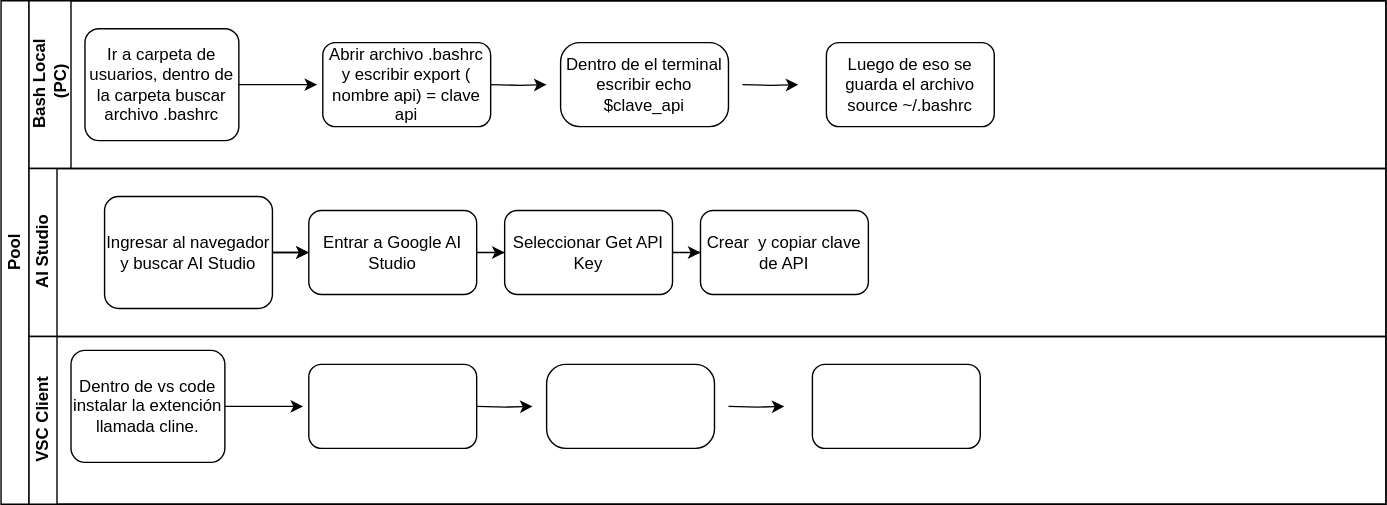
Earlier version of the draw.io export systems_analysis/eva2/crear-env-vars-gitbash-windows.drawio.svg (cdvelop/aiep). Source tidied: cells renumbered, new cells last; positions are measured from the earlier drawing's top-left corner, leaving out a move shared by most shapes.
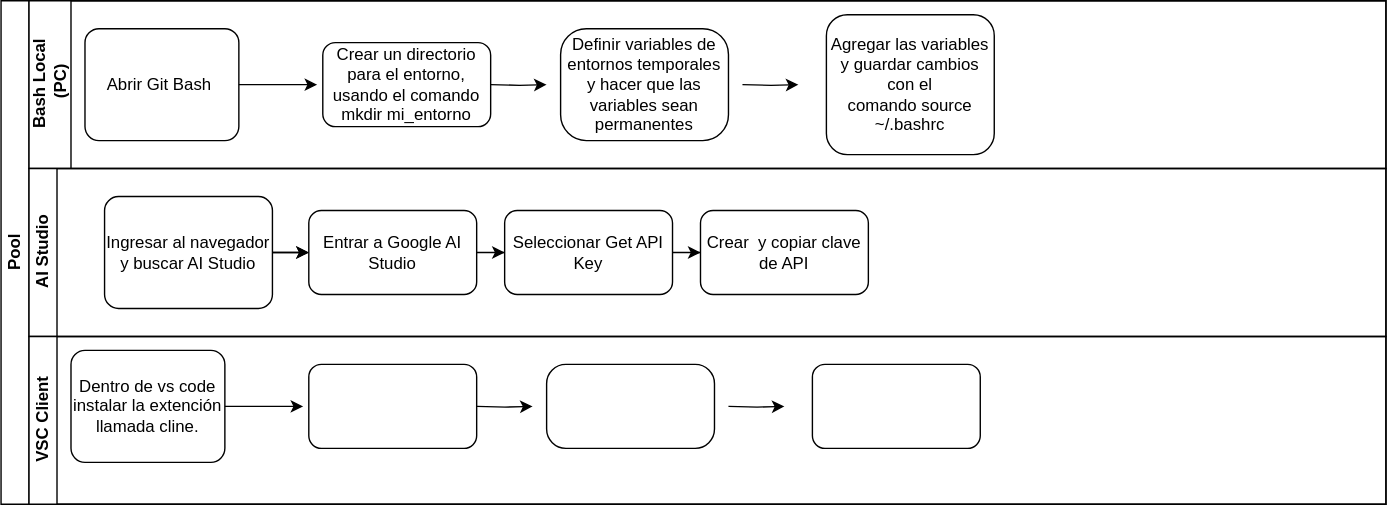
Later version of the same file.

Diff of the diagram source:
```diff
@@ -8,17 +8,17 @@
     <mxCell id="3" value="&lt;div&gt;Bash Local&lt;/div&gt;&amp;nbsp;(PC)" style="swimlane;html=1;startSize=30;horizontal=0;" parent="2" vertex="1">
       <mxGeometry x="20" width="970" height="120" as="geometry" />
     </mxCell>
-    <mxCell id="4" value="Ir a carpeta de usuarios, dentro de la carpeta buscar archivo .bashrc" style="points=[[0.25,0,0],[0.5,0,0],[0.75,0,0],[1,0.25,0],[1,0.5,0],[1,0.75,0],[0.75,1,0],[0.5,1,0],[0.25,1,0],[0,0.75,0],[0,0.5,0],[0,0.25,0]];shape=mxgraph.bpmn.task2;whiteSpace=wrap;rectStyle=rounded;size=10;html=1;taskMarker=abstract;" parent="3" vertex="1">
+    <mxCell id="4" value="Abrir Git Bash&amp;nbsp;" style="points=[[0.25,0,0],[0.5,0,0],[0.75,0,0],[1,0.25,0],[1,0.5,0],[1,0.75,0],[0.75,1,0],[0.5,1,0],[0.25,1,0],[0,0.75,0],[0,0.5,0],[0,0.25,0]];shape=mxgraph.bpmn.task2;whiteSpace=wrap;rectStyle=rounded;size=10;html=1;taskMarker=abstract;" parent="3" vertex="1">
       <mxGeometry x="40" y="20" width="110" height="80" as="geometry" />
     </mxCell>
-    <mxCell id="5" value="&lt;div&gt;Dentro de el terminal escribir echo $clave_api&lt;/div&gt;" style="rounded=1;whiteSpace=wrap;html=1;arcSize=23;" parent="3" vertex="1">
-      <mxGeometry x="380" y="30" width="120" height="60" as="geometry" />
+    <mxCell id="5" value="Definir variables de entornos temporales y hacer que las variables sean permanentes" style="rounded=1;whiteSpace=wrap;html=1;arcSize=23;" parent="3" vertex="1">
+      <mxGeometry x="380" y="20" width="120" height="80" as="geometry" />
     </mxCell>
-    <mxCell id="6" value="Abrir archivo .bashrc y escribir export ( nombre api) = clave api" style="rounded=1;whiteSpace=wrap;html=1;" parent="3" vertex="1">
+    <mxCell id="6" value="Crear un directorio para el entorno, usando el comando mkdir mi_entorno" style="rounded=1;whiteSpace=wrap;html=1;" parent="3" vertex="1">
       <mxGeometry x="210" y="30" width="120" height="60" as="geometry" />
     </mxCell>
-    <mxCell id="7" value="Luego de eso se guarda el archivo source ~/.bashrc" style="rounded=1;whiteSpace=wrap;html=1;" parent="3" vertex="1">
-      <mxGeometry x="570" y="30" width="120" height="60" as="geometry" />
+    <mxCell id="7" value="Agregar las variables y guardar cambios con el comando&amp;nbsp;source ~/.bashrc" style="rounded=1;whiteSpace=wrap;html=1;" parent="3" vertex="1">
+      <mxGeometry x="570" y="10" width="120" height="100" as="geometry" />
     </mxCell>
     <mxCell id="8" value="AI Studio" style="swimlane;html=1;startSize=20;horizontal=0;" parent="2" vertex="1">
       <mxGeometry x="20" y="120" width="970" height="120" as="geometry" />
```
